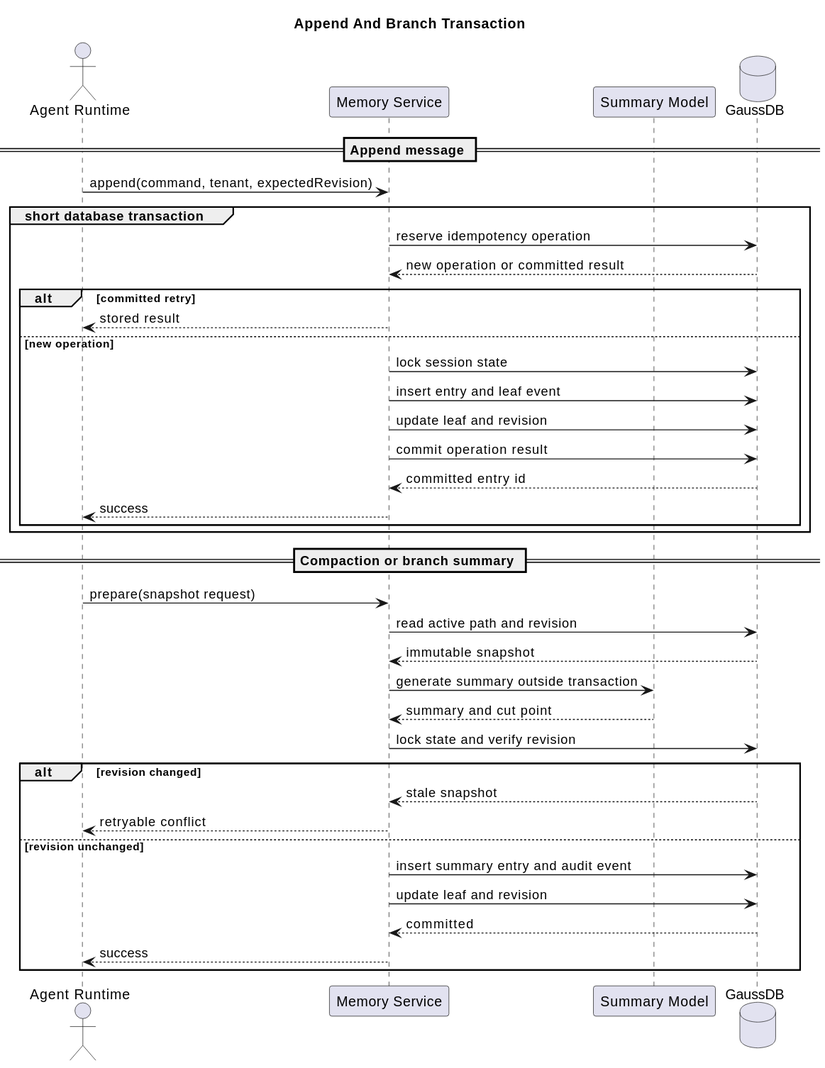
This is diagrams/memory/memory-write-transaction.svg from superheromeZzh/pi-mono-java-design, a PlantUML export, as it was before one commit.
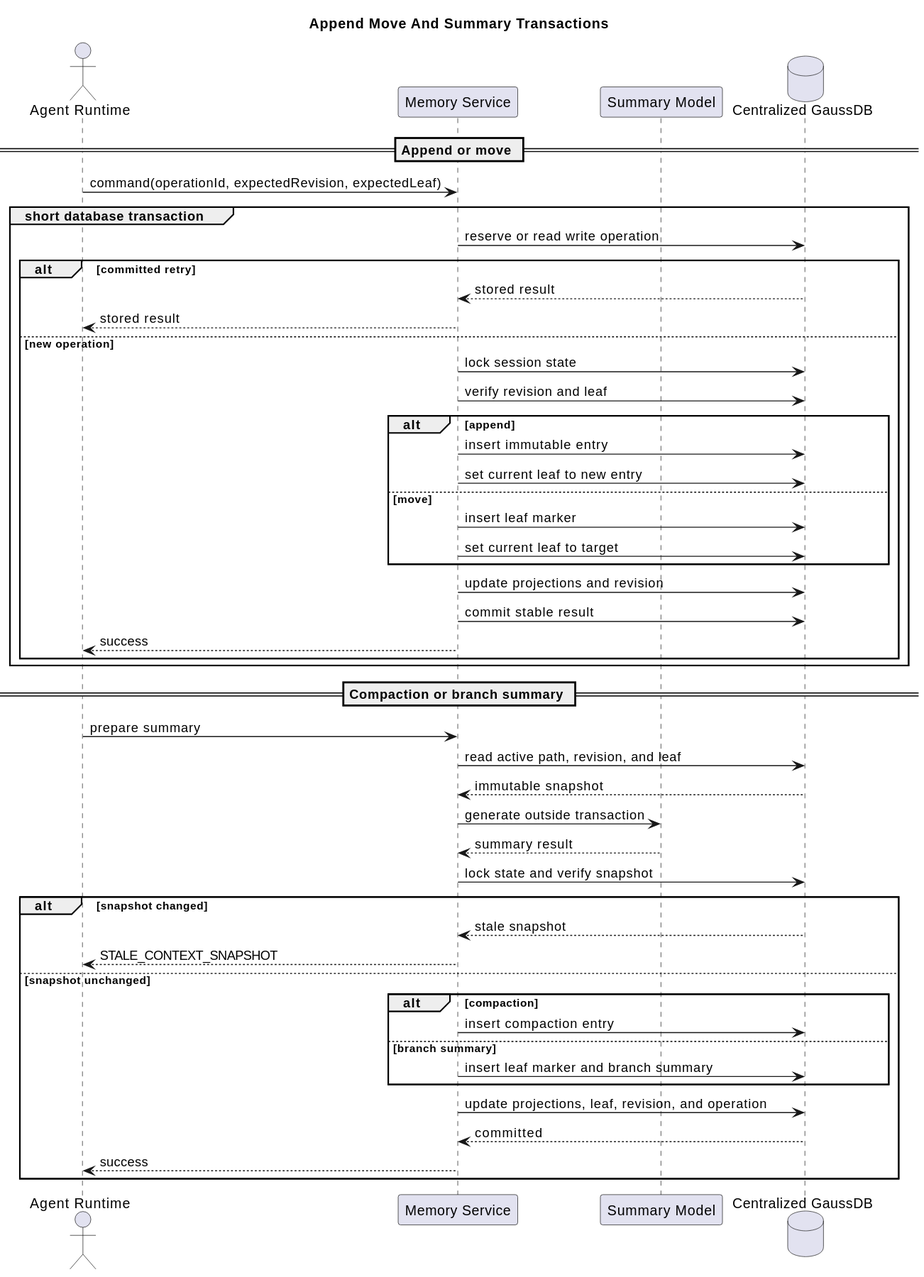
The same file after the commit.

Commit message:
docs(memory): redesign centralized GaussDB session memory

Diff of the diagram source:
```diff
@@ -1,42 +1,52 @@
 @startuml
-title Append And Branch Transaction
+title Append Move And Summary Transactions
 
 
 actor "Agent Runtime" as runtime
 participant "Memory Service" as memory
 participant "Summary Model" as model
-database "GaussDB" as db
+database "Centralized GaussDB" as db
 
-== Append message ==
-runtime -> memory : append(command, tenant, expectedRevision)
+== Append or move ==
+runtime -> memory : command(operationId, expectedRevision, expectedLeaf)
 group short database transaction
-  memory -> db : reserve idempotency operation
-  db --> memory : new operation or committed result
+  memory -> db : reserve or read write operation
   alt committed retry
+    db --> memory : stored result
     memory --> runtime : stored result
   else new operation
     memory -> db : lock session state
-    memory -> db : insert entry and leaf event
-    memory -> db : update leaf and revision
-    memory -> db : commit operation result
-    db --> memory : committed entry id
+    memory -> db : verify revision and leaf
+    alt append
+      memory -> db : insert immutable entry
+      memory -> db : set current leaf to new entry
+    else move
+      memory -> db : insert leaf marker
+      memory -> db : set current leaf to target
+    end
+    memory -> db : update projections and revision
+    memory -> db : commit stable result
     memory --> runtime : success
   end
 end
 
 == Compaction or branch summary ==
-runtime -> memory : prepare(snapshot request)
-memory -> db : read active path and revision
+runtime -> memory : prepare summary
+memory -> db : read active path, revision, and leaf
 db --> memory : immutable snapshot
-memory -> model : generate summary outside transaction
-model --> memory : summary and cut point
-memory -> db : lock state and verify revision
-alt revision changed
+memory -> model : generate outside transaction
+model --> memory : summary result
+memory -> db : lock state and verify snapshot
+alt snapshot changed
   db --> memory : stale snapshot
-  memory --> runtime : retryable conflict
-else revision unchanged
-  memory -> db : insert summary entry and audit event
-  memory -> db : update leaf and revision
+  memory --> runtime : STALE_CONTEXT_SNAPSHOT
+else snapshot unchanged
+  alt compaction
+    memory -> db : insert compaction entry
+  else branch summary
+    memory -> db : insert leaf marker and branch summary
+  end
+  memory -> db : update projections, leaf, revision, and operation
   db --> memory : committed
   memory --> runtime : success
 end
```
